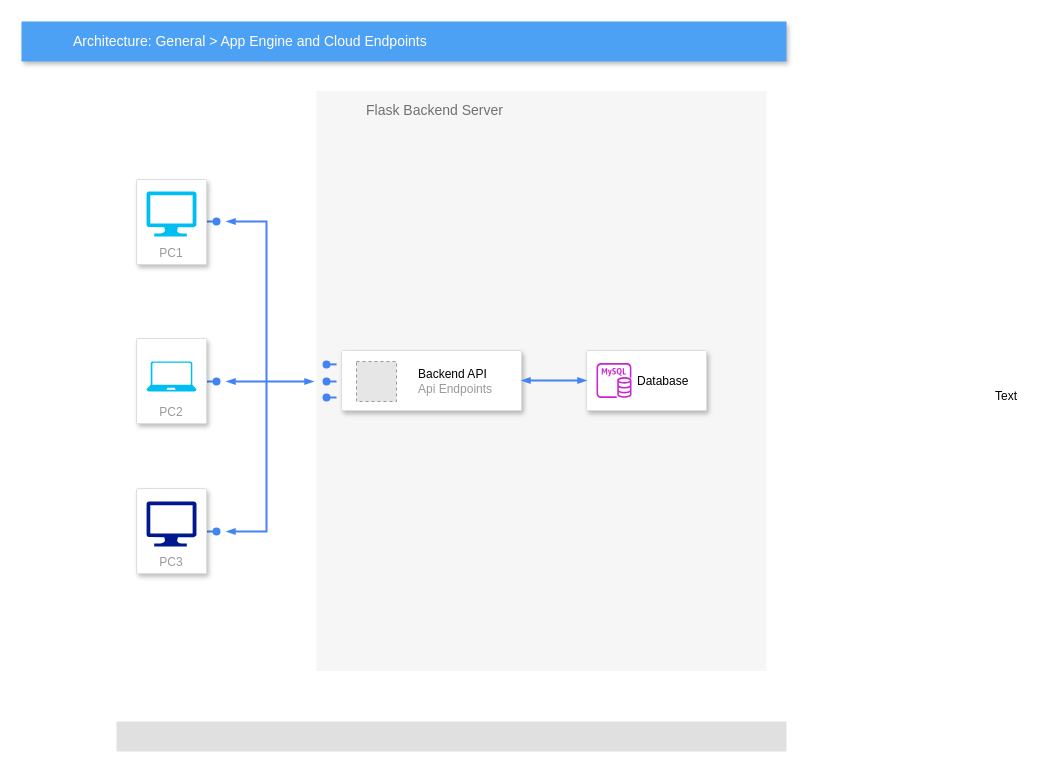
The draw.io diagram 未命名绘图.drawio in Yaphp/test, before the edit. Source tidied: cells renumbered, new cells numbered last; positions are measured from the earlier drawing's top-left corner, leaving out a move shared by most shapes. Both pictures are drawn from the tidied source at 100%, with x=0, y=0 at pixel (21, 21). Pictures stored in the file or linked from it are replaced by grey dashed boxes.
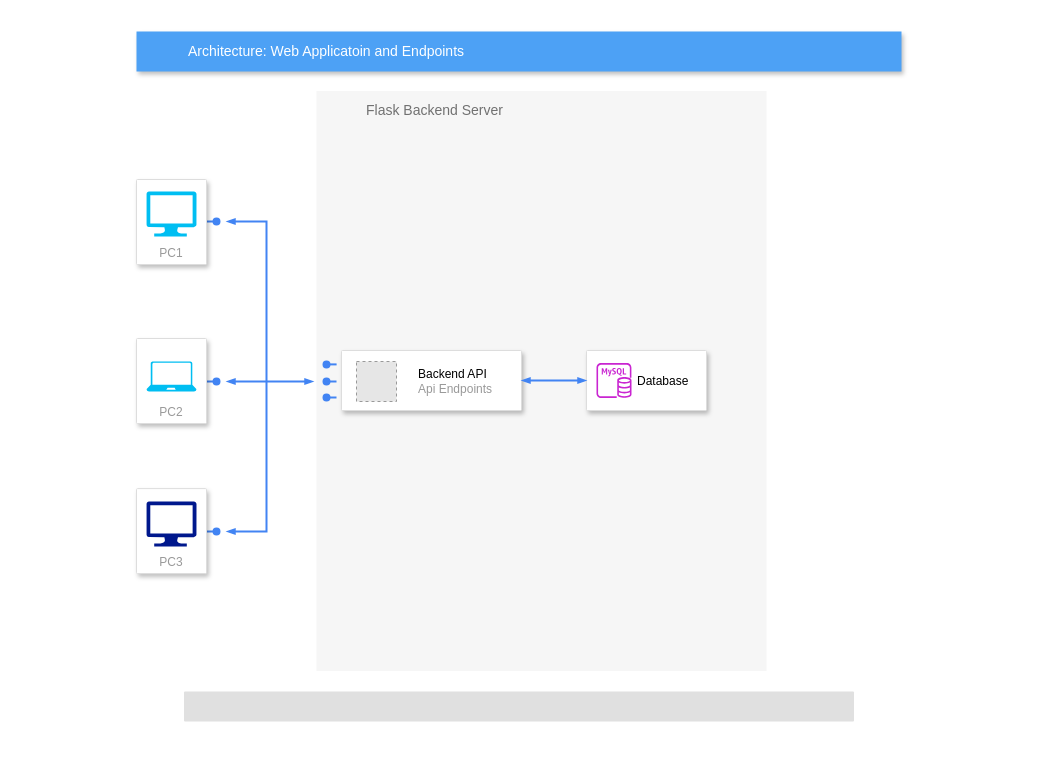
The same page after the edit.

Commit message (it also covers changes not shown here):
更新未命名绘图.drawio

What changed in the source:
```diff
@@
-    <mxCell id="8" value="Architecture: General &amp;gt; App Engine and Cloud Endpoints" style="fillColor=#4DA1F5;strokeColor=none;shadow=1;gradientColor=none;fontSize=14;align=left;spacingLeft=50;fontColor=#ffffff;html=1;" parent="1" vertex="1">
-      <mxGeometry width="765" height="40" as="geometry" />
+    <mxCell id="8" value="Architecture: Web Applicatoin and Endpoints" style="fillColor=#4DA1F5;strokeColor=none;shadow=1;gradientColor=none;fontSize=14;align=left;spacingLeft=50;fontColor=#ffffff;html=1;" parent="1" vertex="1">
+      <mxGeometry x="115" y="10" width="765" height="40" as="geometry" />
     </mxCell>
@@
     <mxCell id="12" style="rounded=1;absoluteArcSize=1;arcSize=2;html=1;strokeColor=none;gradientColor=none;shadow=0;dashed=0;strokeColor=none;fontSize=12;fontColor=#9E9E9E;align=left;verticalAlign=top;spacing=10;spacingTop=-4;fillColor=#E0E0E0;" parent="1" vertex="1">
-      <mxGeometry x="95" y="700" width="670" height="30" as="geometry" />
+      <mxGeometry x="162.5" y="670" width="670" height="30" as="geometry" />
     </mxCell>
@@
-    <mxCell id="24" value="Text" style="text;strokeColor=none;align=center;fillColor=none;html=1;verticalAlign=middle;whiteSpace=wrap;rounded=0;" parent="1" vertex="1">
-      <mxGeometry x="955" y="360" width="60" height="30" as="geometry" />
-    </mxCell>
```
